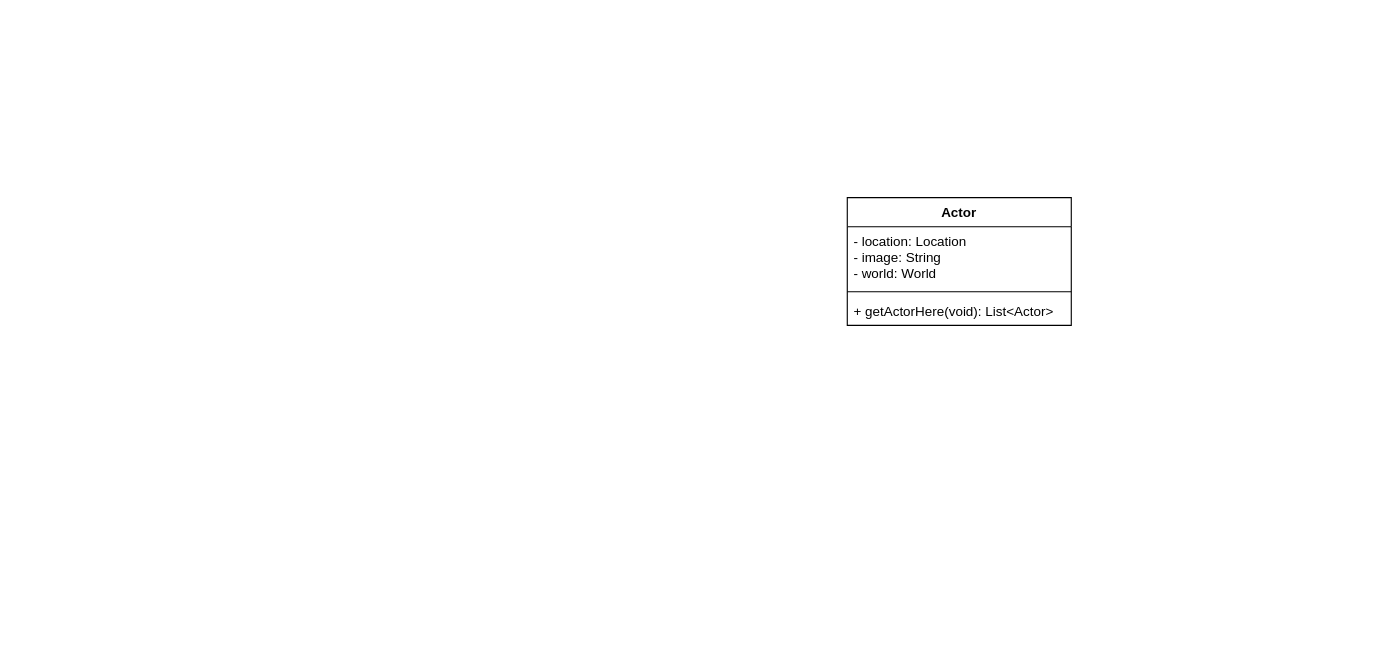
This is project2A.drawio from li000839/objectOrientedSoftwareDevelopment, a draw.io file, before an edit. Source tidied: cells renumbered, new cells numbered last; positions are measured from the earlier drawing's top-left corner, leaving out a move shared by most shapes. Both pictures are drawn from the tidied source at 112%, with x=0, y=0 at pixel (847, 197).
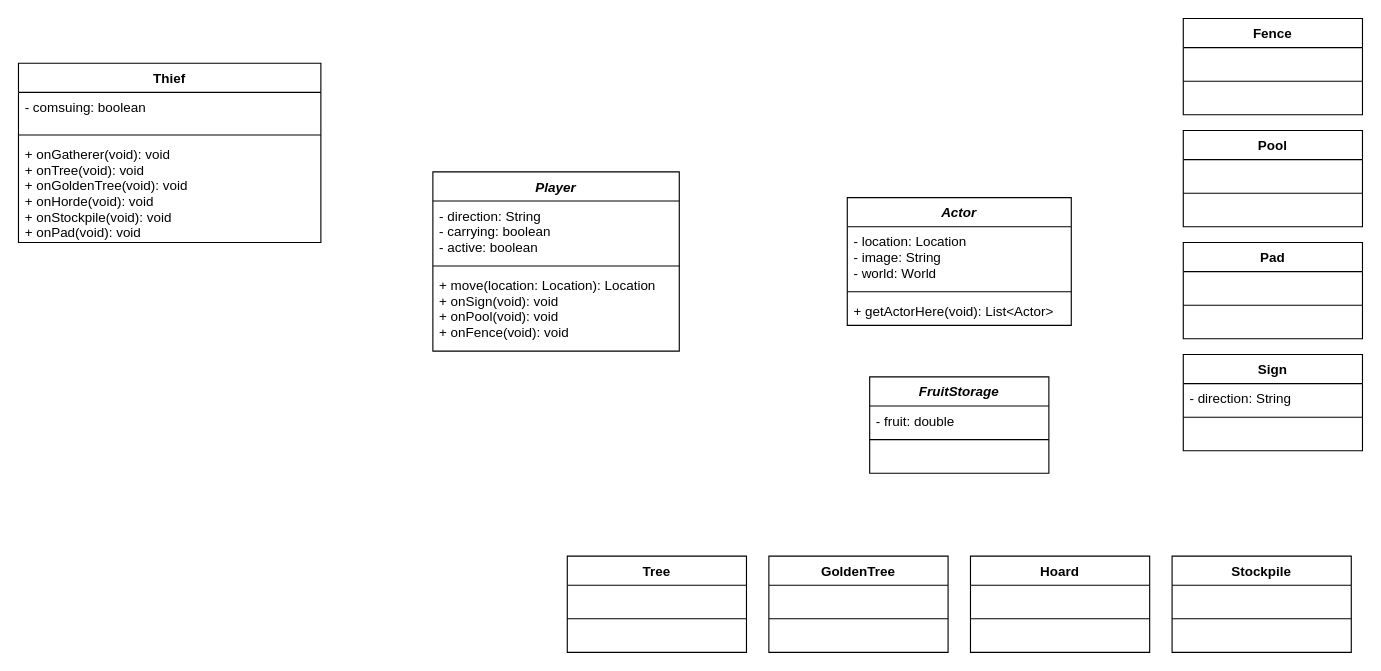
The same diagram, later.

The edit, as a diff of the source:
```diff
@@
-    <mxCell id="2" value="Actor" style="swimlane;fontStyle=1;align=center;verticalAlign=top;horizontal=1;startSize=26;" parent="1" vertex="1">
+    <mxCell id="2" value="Actor" style="swimlane;fontStyle=3;align=center;verticalAlign=top;horizontal=1;startSize=26;" parent="1" vertex="1">
       <mxGeometry width="200" height="114" as="geometry" />
     </mxCell>
@@
+    <mxCell id="6" value="Fence" style="swimlane;fontStyle=1;align=center;verticalAlign=top;horizontal=1;startSize=26;" parent="1" vertex="1">
+      <mxGeometry x="300" y="-160" width="160" height="86" as="geometry" />
+    </mxCell>
+    <mxCell id="7" value=" " style="text;strokeColor=none;fillColor=none;align=left;verticalAlign=top;spacingLeft=4;spacingRight=4;overflow=hidden;" parent="6" vertex="1">
+      <mxGeometry y="26" width="160" height="26" as="geometry" />
+    </mxCell>
+    <mxCell id="8" style="line;strokeWidth=1;fillColor=none;align=left;verticalAlign=middle;spacingTop=-1;spacingLeft=3;spacingRight=3;labelPosition=right;" parent="6" vertex="1">
+      <mxGeometry y="52" width="160" height="8" as="geometry" />
+    </mxCell>
+    <mxCell id="9" value=" " style="text;strokeColor=none;fillColor=none;align=left;verticalAlign=top;spacingLeft=4;spacingRight=4;overflow=hidden;" parent="6" vertex="1">
+      <mxGeometry y="60" width="160" height="26" as="geometry" />
+    </mxCell>
+    <mxCell id="10" value="Pool" style="swimlane;fontStyle=1;align=center;verticalAlign=top;horizontal=1;startSize=26;" parent="1" vertex="1">
+      <mxGeometry x="300" y="-60" width="160" height="86" as="geometry" />
+    </mxCell>
+    <mxCell id="11" value=" " style="text;strokeColor=none;fillColor=none;align=left;verticalAlign=top;spacingLeft=4;spacingRight=4;overflow=hidden;" parent="10" vertex="1">
+      <mxGeometry y="26" width="160" height="26" as="geometry" />
+    </mxCell>
+    <mxCell id="12" style="line;strokeWidth=1;fillColor=none;align=left;verticalAlign=middle;spacingTop=-1;spacingLeft=3;spacingRight=3;labelPosition=right;" parent="10" vertex="1">
+      <mxGeometry y="52" width="160" height="8" as="geometry" />
+    </mxCell>
+    <mxCell id="13" value=" " style="text;strokeColor=none;fillColor=none;align=left;verticalAlign=top;spacingLeft=4;spacingRight=4;overflow=hidden;" parent="10" vertex="1">
+      <mxGeometry y="60" width="160" height="26" as="geometry" />
+    </mxCell>
+    <mxCell id="14" value="Pad" style="swimlane;fontStyle=1;align=center;verticalAlign=top;horizontal=1;startSize=26;" parent="1" vertex="1">
+      <mxGeometry x="300" y="40" width="160" height="86" as="geometry" />
+    </mxCell>
+    <mxCell id="15" value=" " style="text;strokeColor=none;fillColor=none;align=left;verticalAlign=top;spacingLeft=4;spacingRight=4;overflow=hidden;" parent="14" vertex="1">
+      <mxGeometry y="26" width="160" height="26" as="geometry" />
+    </mxCell>
+    <mxCell id="16" style="line;strokeWidth=1;fillColor=none;align=left;verticalAlign=middle;spacingTop=-1;spacingLeft=3;spacingRight=3;labelPosition=right;" parent="14" vertex="1">
+      <mxGeometry y="52" width="160" height="8" as="geometry" />
+    </mxCell>
+    <mxCell id="17" value=" " style="text;strokeColor=none;fillColor=none;align=left;verticalAlign=top;spacingLeft=4;spacingRight=4;overflow=hidden;" parent="14" vertex="1">
+      <mxGeometry y="60" width="160" height="26" as="geometry" />
+    </mxCell>
+    <mxCell id="18" value="Hoard" style="swimlane;fontStyle=1;align=center;verticalAlign=top;horizontal=1;startSize=26;" parent="1" vertex="1">
+      <mxGeometry x="110" y="320" width="160" height="86" as="geometry" />
+    </mxCell>
+    <mxCell id="19" value=" " style="text;strokeColor=none;fillColor=none;align=left;verticalAlign=top;spacingLeft=4;spacingRight=4;overflow=hidden;" parent="18" vertex="1">
+      <mxGeometry y="26" width="160" height="26" as="geometry" />
+    </mxCell>
+    <mxCell id="20" style="line;strokeWidth=1;fillColor=none;align=left;verticalAlign=middle;spacingTop=-1;spacingLeft=3;spacingRight=3;labelPosition=right;" parent="18" vertex="1">
+      <mxGeometry y="52" width="160" height="8" as="geometry" />
+    </mxCell>
+    <mxCell id="21" value=" " style="text;strokeColor=none;fillColor=none;align=left;verticalAlign=top;spacingLeft=4;spacingRight=4;overflow=hidden;" parent="18" vertex="1">
+      <mxGeometry y="60" width="160" height="26" as="geometry" />
+    </mxCell>
+    <mxCell id="22" value="GoldenTree" style="swimlane;fontStyle=1;align=center;verticalAlign=top;horizontal=1;startSize=26;" parent="1" vertex="1">
+      <mxGeometry x="-70" y="320" width="160" height="86" as="geometry" />
+    </mxCell>
+    <mxCell id="23" value=" " style="text;strokeColor=none;fillColor=none;align=left;verticalAlign=top;spacingLeft=4;spacingRight=4;overflow=hidden;" parent="22" vertex="1">
+      <mxGeometry y="26" width="160" height="26" as="geometry" />
+    </mxCell>
+    <mxCell id="24" style="line;strokeWidth=1;fillColor=none;align=left;verticalAlign=middle;spacingTop=-1;spacingLeft=3;spacingRight=3;labelPosition=right;" parent="22" vertex="1">
+      <mxGeometry y="52" width="160" height="8" as="geometry" />
+    </mxCell>
+    <mxCell id="25" value=" " style="text;strokeColor=none;fillColor=none;align=left;verticalAlign=top;spacingLeft=4;spacingRight=4;overflow=hidden;" parent="22" vertex="1">
+      <mxGeometry y="60" width="160" height="26" as="geometry" />
+    </mxCell>
+    <mxCell id="26" value="Tree" style="swimlane;fontStyle=1;align=center;verticalAlign=top;horizontal=1;startSize=26;" parent="1" vertex="1">
+      <mxGeometry x="-250" y="320" width="160" height="86" as="geometry" />
+    </mxCell>
+    <mxCell id="27" value=" " style="text;strokeColor=none;fillColor=none;align=left;verticalAlign=top;spacingLeft=4;spacingRight=4;overflow=hidden;" parent="26" vertex="1">
+      <mxGeometry y="26" width="160" height="26" as="geometry" />
+    </mxCell>
+    <mxCell id="28" style="line;strokeWidth=1;fillColor=none;align=left;verticalAlign=middle;spacingTop=-1;spacingLeft=3;spacingRight=3;labelPosition=right;" parent="26" vertex="1">
+      <mxGeometry y="52" width="160" height="8" as="geometry" />
+    </mxCell>
+    <mxCell id="29" value=" " style="text;strokeColor=none;fillColor=none;align=left;verticalAlign=top;spacingLeft=4;spacingRight=4;overflow=hidden;" parent="26" vertex="1">
+      <mxGeometry y="60" width="160" height="26" as="geometry" />
+    </mxCell>
+    <mxCell id="30" value="Stockpile" style="swimlane;fontStyle=1;align=center;verticalAlign=top;horizontal=1;startSize=26;" parent="1" vertex="1">
+      <mxGeometry x="290" y="320" width="160" height="86" as="geometry" />
+    </mxCell>
+    <mxCell id="31" value=" " style="text;strokeColor=none;fillColor=none;align=left;verticalAlign=top;spacingLeft=4;spacingRight=4;overflow=hidden;" parent="30" vertex="1">
+      <mxGeometry y="26" width="160" height="26" as="geometry" />
+    </mxCell>
+    <mxCell id="32" style="line;strokeWidth=1;fillColor=none;align=left;verticalAlign=middle;spacingTop=-1;spacingLeft=3;spacingRight=3;labelPosition=right;" parent="30" vertex="1">
+      <mxGeometry y="52" width="160" height="8" as="geometry" />
+    </mxCell>
+    <mxCell id="33" value=" " style="text;strokeColor=none;fillColor=none;align=left;verticalAlign=top;spacingLeft=4;spacingRight=4;overflow=hidden;" parent="30" vertex="1">
+      <mxGeometry y="60" width="160" height="26" as="geometry" />
+    </mxCell>
+    <mxCell id="34" value="Sign" style="swimlane;fontStyle=1;align=center;verticalAlign=top;horizontal=1;startSize=26;" parent="1" vertex="1">
+      <mxGeometry x="300" y="140" width="160" height="86" as="geometry" />
+    </mxCell>
+    <mxCell id="35" value="- direction: String" style="text;strokeColor=none;fillColor=none;align=left;verticalAlign=top;spacingLeft=4;spacingRight=4;overflow=hidden;" parent="34" vertex="1">
+      <mxGeometry y="26" width="160" height="26" as="geometry" />
+    </mxCell>
+    <mxCell id="36" style="line;strokeWidth=1;fillColor=none;align=left;verticalAlign=middle;spacingTop=-1;spacingLeft=3;spacingRight=3;labelPosition=right;" parent="34" vertex="1">
+      <mxGeometry y="52" width="160" height="8" as="geometry" />
+    </mxCell>
+    <mxCell id="37" value=" " style="text;strokeColor=none;fillColor=none;align=left;verticalAlign=top;spacingLeft=4;spacingRight=4;overflow=hidden;" parent="34" vertex="1">
+      <mxGeometry y="60" width="160" height="26" as="geometry" />
+    </mxCell>
+    <mxCell id="38" value="FruitStorage" style="swimlane;fontStyle=3;align=center;verticalAlign=top;horizontal=1;startSize=26;" parent="1" vertex="1">
+      <mxGeometry x="20" y="160" width="160" height="86" as="geometry" />
+    </mxCell>
+    <mxCell id="39" value="- fruit: double" style="text;strokeColor=none;fillColor=none;align=left;verticalAlign=top;spacingLeft=4;spacingRight=4;overflow=hidden;" parent="38" vertex="1">
+      <mxGeometry y="26" width="160" height="26" as="geometry" />
+    </mxCell>
+    <mxCell id="40" style="line;strokeWidth=1;fillColor=none;align=left;verticalAlign=middle;spacingTop=-1;spacingLeft=3;spacingRight=3;labelPosition=right;" parent="38" vertex="1">
+      <mxGeometry y="52" width="160" height="8" as="geometry" />
+    </mxCell>
+    <mxCell id="41" value=" " style="text;strokeColor=none;fillColor=none;align=left;verticalAlign=top;spacingLeft=4;spacingRight=4;overflow=hidden;" parent="38" vertex="1">
+      <mxGeometry y="60" width="160" height="26" as="geometry" />
+    </mxCell>
+    <mxCell id="42" value="Thief" style="swimlane;fontStyle=1;align=center;verticalAlign=top;horizontal=1;startSize=26;" parent="1" vertex="1">
+      <mxGeometry x="-740" y="-120" width="270" height="160" as="geometry" />
+    </mxCell>
+    <mxCell id="43" value="- comsuing: boolean" style="text;strokeColor=none;fillColor=none;align=left;verticalAlign=top;spacingLeft=4;spacingRight=4;overflow=hidden;" parent="42" vertex="1">
+      <mxGeometry y="26" width="270" height="34" as="geometry" />
+    </mxCell>
+    <mxCell id="44" style="line;strokeWidth=1;fillColor=none;align=left;verticalAlign=middle;spacingTop=-1;spacingLeft=3;spacingRight=3;labelPosition=right;" parent="42" vertex="1">
+      <mxGeometry y="60" width="270" height="8" as="geometry" />
+    </mxCell>
+    <mxCell id="45" value="+ onGatherer(void): void&#10;+ onTree(void): void&#10;+ onGoldenTree(void): void&#10;+ onHorde(void): void&#10;+ onStockpile(void): void&#10;+ onPad(void): void  " style="text;strokeColor=none;fillColor=none;align=left;verticalAlign=top;spacingLeft=4;spacingRight=4;overflow=hidden;" parent="42" vertex="1">
+      <mxGeometry y="68" width="270" height="92" as="geometry" />
+    </mxCell>
+    <mxCell id="46" value="Player" style="swimlane;fontStyle=3;align=center;verticalAlign=top;horizontal=1;startSize=26;" parent="1" vertex="1">
+      <mxGeometry x="-370" y="-23" width="220" height="160" as="geometry" />
+    </mxCell>
+    <mxCell id="47" value="- direction: String&#10;- carrying: boolean&#10;- active: boolean" style="text;strokeColor=none;fillColor=none;align=left;verticalAlign=top;spacingLeft=4;spacingRight=4;overflow=hidden;" parent="46" vertex="1">
+      <mxGeometry y="26" width="220" height="54" as="geometry" />
+    </mxCell>
+    <mxCell id="48" style="line;strokeWidth=1;fillColor=none;align=left;verticalAlign=middle;spacingTop=-1;spacingLeft=3;spacingRight=3;labelPosition=right;" parent="46" vertex="1">
+      <mxGeometry y="80" width="220" height="8" as="geometry" />
+    </mxCell>
+    <mxCell id="49" value="+ move(location: Location): Location&#10;+ onSign(void): void&#10;+ onPool(void): void&#10;+ onFence(void): void" style="text;strokeColor=none;fillColor=none;align=left;verticalAlign=top;spacingLeft=4;spacingRight=4;overflow=hidden;" parent="46" vertex="1">
+      <mxGeometry y="88" width="220" height="72" as="geometry" />
+    </mxCell>
```
